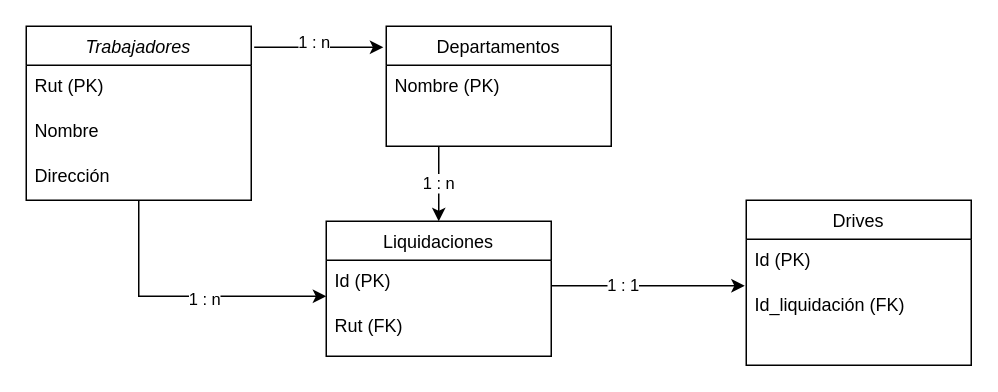
facose/intro_psql keeps this draw.io diagram as Untitled Diagram.drawio. Above is the earlier version. Source tidied: cells renumbered, new cells numbered last; positions are measured from the earlier drawing's top-left corner, leaving out a move shared by most shapes. Both pictures are drawn from the tidied source at 150%, with x=0, y=0 at pixel (26, 26).
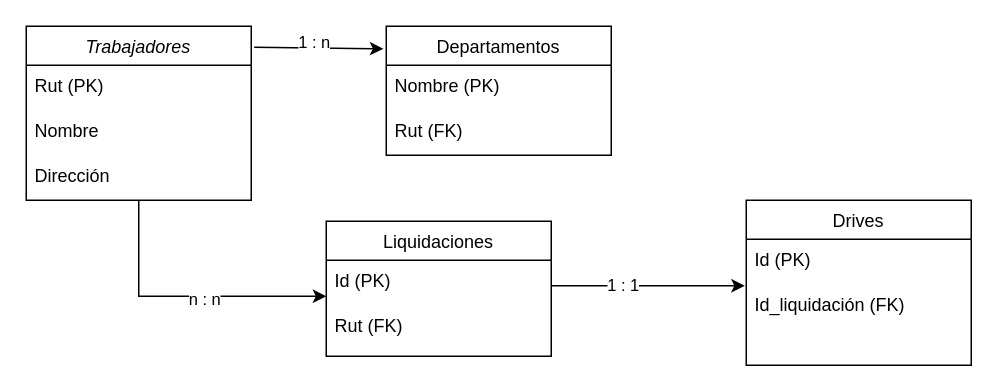
The same page after the edit.

Commit message:
Finished Conceptual Model

Unchanged cells that the change refers to:
```xml
<mxCell id="4" style="edgeStyle=none;rounded=0;jettySize=auto;html=1;" parent="1" edge="1" source="6">
  <mxGeometry relative="1" as="geometry">
    <mxPoint x="200" y="180" as="targetPoint" />
    <Array as="points">
      <mxPoint x="75" y="180" />
    </Array>
  </mxGeometry>
</mxCell>
<mxCell id="12" value="Liquidaciones" style="swimlane;fontStyle=0;align=center;verticalAlign=top;horizontal=1;startSize=26;rounded=0;shadow=0;strokeWidth=1;" parent="1" vertex="1">
  <mxGeometry x="200" y="130" width="150" height="90" as="geometry" />
</mxCell>
```

Diff of the diagram source:
```diff
@@
-    <mxCell id="5" value="1 : n" style="edgeLabel;html=1;align=center;verticalAlign=middle;" parent="4" vertex="1">
+    <mxCell id="5" value="n : n" style="edgeLabel;html=1;align=center;verticalAlign=middle;" parent="4" vertex="1">
       <mxGeometry x="0.13" y="-1" relative="1" as="geometry" />
     </mxCell>
@@
-    <mxCell id="15" value="1 : n" style="edgeStyle=none;rounded=0;jettySize=auto;html=1;entryX=0.5;entryY=0;entryDx=0;entryDy=0;" parent="1" edge="1" target="12">
-      <mxGeometry relative="1" as="geometry">
-        <mxPoint x="275" y="80" as="sourcePoint" />
-      </mxGeometry>
-    </mxCell>
     <mxCell id="16" value="Departamentos&#10;" style="swimlane;fontStyle=0;align=center;verticalAlign=top;horizontal=1;startSize=26;rounded=0;shadow=0;strokeWidth=1;" parent="1" vertex="1">
-      <mxGeometry x="240" width="150" height="80" as="geometry" />
+      <mxGeometry x="240" width="150" height="86" as="geometry" />
     </mxCell>
@@
+    <mxCell id="21" value="Rut (FK)" style="text;align=left;verticalAlign=top;spacingLeft=4;spacingRight=4;overflow=hidden;rounded=0;shadow=0;html=0;" parent="16" vertex="1">
+      <mxGeometry y="56" width="150" height="30" as="geometry" />
+    </mxCell>
```
